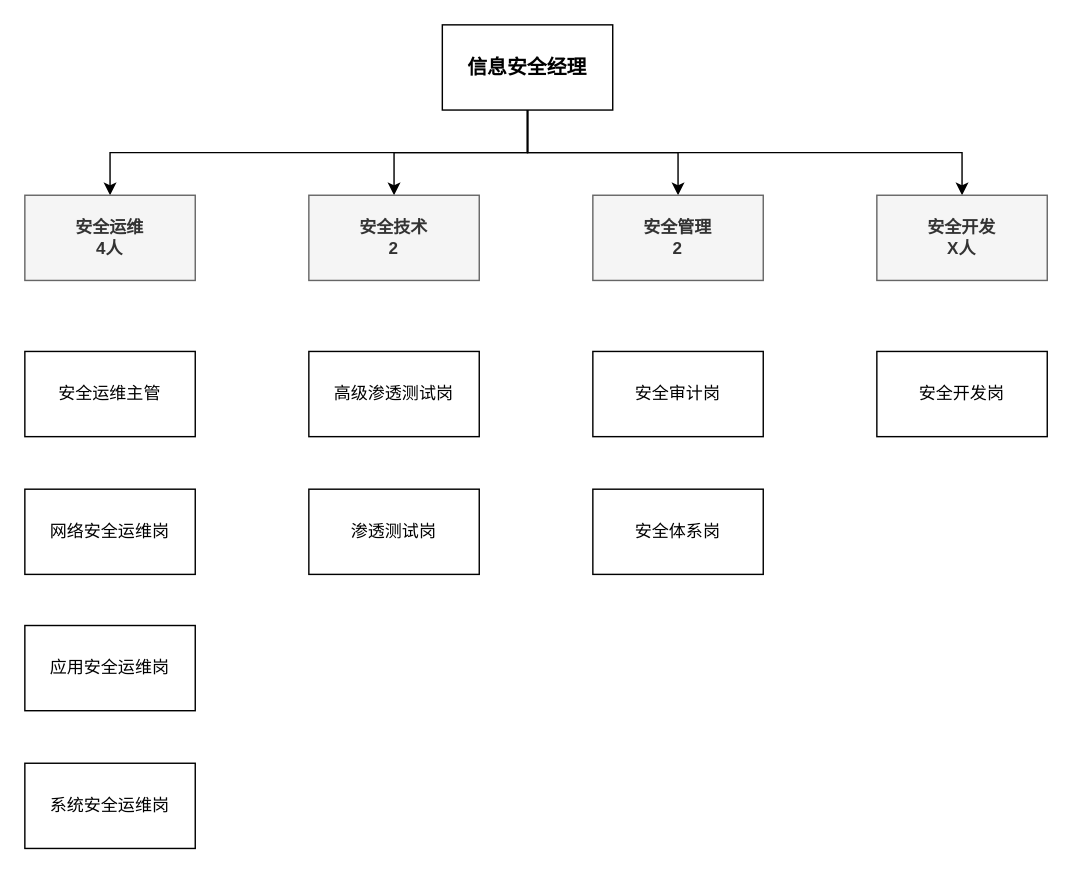
Above: page "第 2 页" (2 of 2) of Untitled Diagram.drawio in zhaopoint/GitHack (draw.io), before the change. Source tidied: cells renumbered, new cells numbered last; positions are measured from the earlier drawing's top-left corner, leaving out a move shared by most shapes. Both pictures are drawn from the tidied source at 142%, with x=0, y=0 at pixel (24, 24).
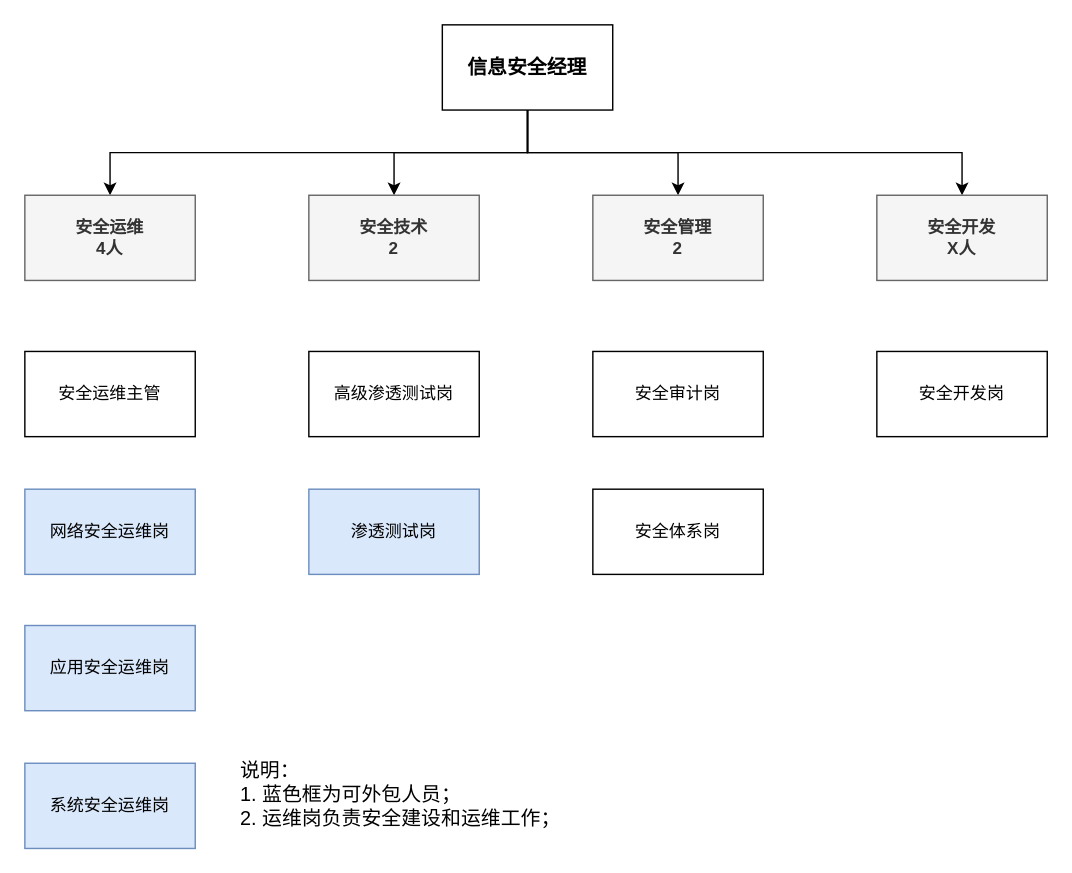
Above is the later version.

What changed in the source:
```diff
@@
-    <mxCell id="2" value="系统安全运维岗" style="rounded=0;whiteSpace=wrap;html=1;" parent="1" vertex="1">
+    <mxCell id="2" value="系统安全运维岗" style="rounded=0;whiteSpace=wrap;html=1;fillColor=#dae8fc;strokeColor=#6c8ebf;" parent="1" vertex="1">
       <mxGeometry y="520" width="120" height="60" as="geometry" />
     </mxCell>
-    <mxCell id="3" value="网络安全运维岗" style="rounded=0;whiteSpace=wrap;html=1;" parent="1" vertex="1">
+    <mxCell id="3" value="网络安全运维岗" style="rounded=0;whiteSpace=wrap;html=1;fillColor=#dae8fc;strokeColor=#6c8ebf;" parent="1" vertex="1">
       <mxGeometry y="327" width="120" height="60" as="geometry" />
     </mxCell>
@@
-    <mxCell id="5" value="应用安全运维岗" style="rounded=0;whiteSpace=wrap;html=1;" parent="1" vertex="1">
+    <mxCell id="5" value="应用安全运维岗" style="rounded=0;whiteSpace=wrap;html=1;fillColor=#dae8fc;strokeColor=#6c8ebf;" parent="1" vertex="1">
       <mxGeometry y="423" width="120" height="60" as="geometry" />
     </mxCell>
@@
-    <mxCell id="18" value="渗透测试岗" style="rounded=0;whiteSpace=wrap;html=1;" parent="1" vertex="1">
+    <mxCell id="18" value="渗透测试岗" style="rounded=0;whiteSpace=wrap;html=1;fillColor=#dae8fc;strokeColor=#6c8ebf;" parent="1" vertex="1">
       <mxGeometry x="200" y="327" width="120" height="60" as="geometry" />
     </mxCell>
@@
+    <mxCell id="20" value="说明：&lt;br&gt;1. 蓝色框为可外包人员；&lt;br&gt;2. 运维岗负责安全建设和运维工作；" style="text;html=1;strokeColor=none;fillColor=none;align=left;verticalAlign=top;whiteSpace=wrap;rounded=0;labelBackgroundColor=none;fontSize=14;horizontal=1;" parent="1" vertex="1">
+      <mxGeometry x="150" y="510" width="240" height="70" as="geometry" />
+    </mxCell>
```
